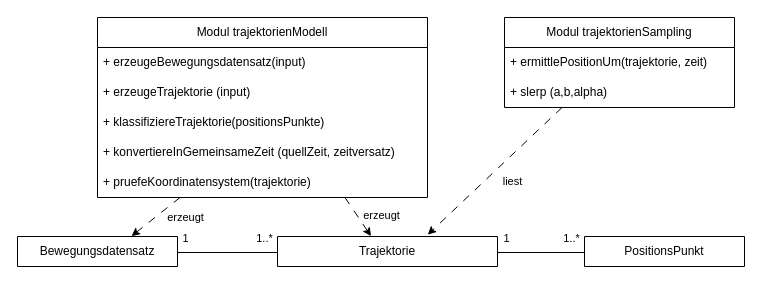
Above: Datentypen und Operationen.drawio in mfneu/fapra (draw.io), before the change. Source tidied: cells renumbered, new cells numbered last; positions are measured from the earlier drawing's top-left corner, leaving out a move shared by most shapes. Both pictures are drawn from the tidied source at 100%, with x=0, y=0 at pixel (17, 17).
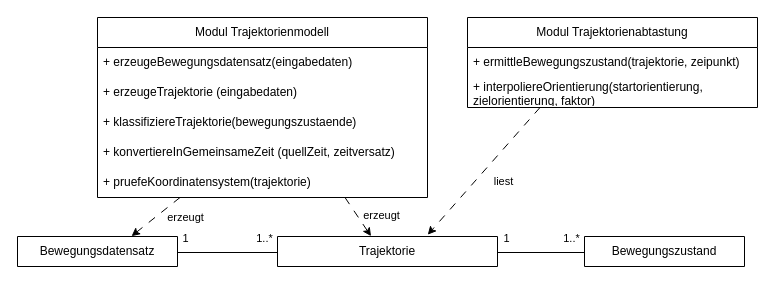
The same page after the edit.

Diff of the diagram source:
```diff
@@
-    <mxCell id="4" value="PositionsPunkt" style="swimlane;fontStyle=0;horizontal=1;startSize=30;whiteSpace=wrap;html=1;" parent="1" vertex="1">
+    <mxCell id="4" value="Bewegungszustand" style="swimlane;fontStyle=0;horizontal=1;startSize=30;whiteSpace=wrap;html=1;" parent="1" vertex="1">
       <mxGeometry x="567" y="219" width="160" height="30" as="geometry" />
     </mxCell>
@@
-    <mxCell id="13" value="Modul trajektorienModell" style="swimlane;fontStyle=0;horizontal=1;startSize=30;whiteSpace=wrap;html=1;rotation=0;" parent="1" vertex="1">
+    <mxCell id="13" value="Modul Trajektorienmodell" style="swimlane;fontStyle=0;horizontal=1;startSize=30;whiteSpace=wrap;html=1;rotation=0;" parent="1" vertex="1">
       <mxGeometry x="80" width="330" height="180" as="geometry" />
     </mxCell>
-    <mxCell id="14" value="+ erzeugeBewegungsdatensatz(input)" style="text;strokeColor=none;fillColor=none;align=left;verticalAlign=middle;spacingLeft=4;spacingRight=4;overflow=hidden;whiteSpace=wrap;html=1;" parent="13" vertex="1">
+    <mxCell id="14" value="+ erzeugeBewegungsdatensatz(eingabedaten)" style="text;strokeColor=none;fillColor=none;align=left;verticalAlign=middle;spacingLeft=4;spacingRight=4;overflow=hidden;whiteSpace=wrap;html=1;" parent="13" vertex="1">
       <mxGeometry y="30" width="330" height="30" as="geometry" />
     </mxCell>
-    <mxCell id="15" value="+ erzeugeTrajektorie (input)" style="text;strokeColor=none;fillColor=none;align=left;verticalAlign=middle;spacingLeft=4;spacingRight=4;overflow=hidden;whiteSpace=wrap;html=1;" parent="13" vertex="1">
+    <mxCell id="15" value="+ erzeugeTrajektorie (eingabedaten)" style="text;strokeColor=none;fillColor=none;align=left;verticalAlign=middle;spacingLeft=4;spacingRight=4;overflow=hidden;whiteSpace=wrap;html=1;" parent="13" vertex="1">
       <mxGeometry y="60" width="330" height="30" as="geometry" />
     </mxCell>
-    <mxCell id="16" value="+ klassifiziereTrajektorie(positionsPunkte)" style="text;strokeColor=none;fillColor=none;align=left;verticalAlign=middle;spacingLeft=4;spacingRight=4;overflow=hidden;whiteSpace=wrap;html=1;" parent="13" vertex="1">
+    <mxCell id="16" value="+ klassifiziereTrajektorie(bewegungszustaende)" style="text;strokeColor=none;fillColor=none;align=left;verticalAlign=middle;spacingLeft=4;spacingRight=4;overflow=hidden;whiteSpace=wrap;html=1;" parent="13" vertex="1">
       <mxGeometry y="90" width="330" height="30" as="geometry" />
     </mxCell>
@@
-    <mxCell id="19" value="Modul trajektorienSampling" style="swimlane;fontStyle=0;horizontal=1;startSize=30;whiteSpace=wrap;html=1;" parent="1" vertex="1">
-      <mxGeometry x="487" width="230" height="90" as="geometry" />
+    <mxCell id="19" value="Modul Trajektorienabtastung" style="swimlane;fontStyle=0;horizontal=1;startSize=30;whiteSpace=wrap;html=1;" parent="1" vertex="1">
+      <mxGeometry x="450" width="290" height="90" as="geometry" />
     </mxCell>
-    <mxCell id="20" value="+ ermittlePositionUm(trajektorie, zeit)" style="text;strokeColor=none;fillColor=none;align=left;verticalAlign=middle;spacingLeft=4;spacingRight=4;overflow=hidden;whiteSpace=wrap;html=1;" parent="19" vertex="1">
-      <mxGeometry y="30" width="230" height="30" as="geometry" />
+    <mxCell id="20" value="+ ermittleBewegungszustand(trajektorie, zeipunkt)" style="text;strokeColor=none;fillColor=none;align=left;verticalAlign=middle;spacingLeft=4;spacingRight=4;overflow=hidden;whiteSpace=wrap;html=1;" parent="19" vertex="1">
+      <mxGeometry y="30" width="290" height="30" as="geometry" />
     </mxCell>
-    <mxCell id="21" value="+ slerp (a,b,alpha)" style="text;strokeColor=none;fillColor=none;align=left;verticalAlign=middle;spacingLeft=4;spacingRight=4;overflow=hidden;whiteSpace=wrap;html=1;" parent="19" vertex="1">
-      <mxGeometry y="60" width="230" height="30" as="geometry" />
+    <mxCell id="21" value="+ interpoliereOrientierung(startorientierung, zielorientierung, faktor)" style="text;strokeColor=none;fillColor=none;align=left;verticalAlign=middle;spacingLeft=4;spacingRight=4;overflow=hidden;whiteSpace=wrap;html=1;" parent="19" vertex="1">
+      <mxGeometry y="60" width="290" height="30" as="geometry" />
     </mxCell>
```
